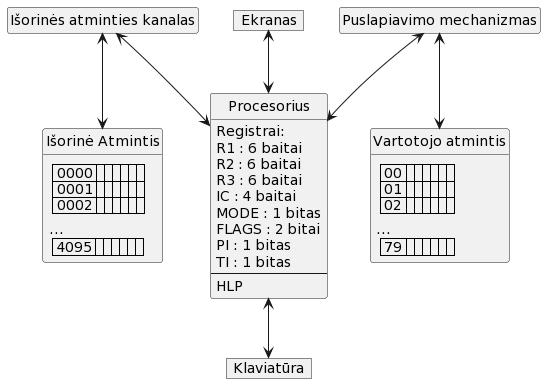
Earlier version of the PlantUML export aprasymas1/img/reali_masina.png (Mdominykas/OS). The source it was exported from:
```plantuml
@startuml
hide circle

object Klaviatūra
object Ekranas
class Procesorius
{
Registrai:
R1 : 6 baitai
R2 : 6 baitai
R3 : 6 baitai
IC : 4 baitai
MODE : 1 bitas
FLAGS : 2 bitai
PI : 1 bitas
TI : 1 bitas
--
HLP
}

class "Išorinė Atmintis"
{
| 0000 |  |  |  |  |  |  |
| 0001 |  |  |  |  |  |  |
| 0002 |  |  |  |  |  |  |
...
| 4095 |  |  |  |  |  |  |
}
class "Išorinės atminties kanalas"

class "Vartotojo atmintis"
{
| 00 |  |  |  |  |  |  |
| 01 |  |  |  |  |  |  |
| 02 |  |  |  |  |  |  |
...
| 79 |  |  |  |  |  |  |
}

class "Puslapiavimo mechanizmas"

hide Klaviatūra members
hide Ekranas members
hide "Išorinės atminties kanalas" members
hide "Puslapiavimo mechanizmas" members


Ekranas  <--> Procesorius
Procesorius <--> Klaviatūra
"Išorinės atminties kanalas" <--> "Išorinė Atmintis"
"Išorinės atminties kanalas" <--> Procesorius
"Puslapiavimo mechanizmas" <--> "Vartotojo atmintis"
"Puslapiavimo mechanizmas" <--> Procesorius
@enduml
```
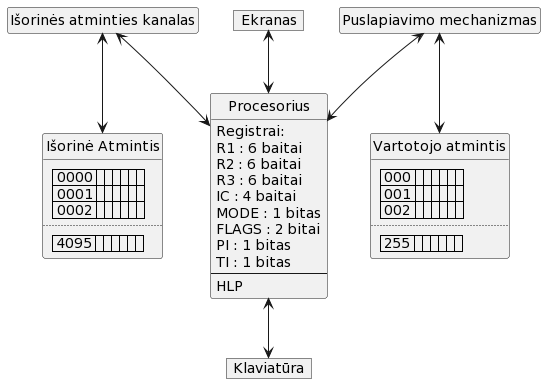
After the commit.

Change to the diagram source:
```diff
@@ -23,18 +23,18 @@
 | 0000 |  |  |  |  |  |  |
 | 0001 |  |  |  |  |  |  |
 | 0002 |  |  |  |  |  |  |
-...
+..
 | 4095 |  |  |  |  |  |  |
 }
 class "Išorinės atminties kanalas"
 
 class "Vartotojo atmintis"
 {
-| 00 |  |  |  |  |  |  |
-| 01 |  |  |  |  |  |  |
-| 02 |  |  |  |  |  |  |
-...
-| 79 |  |  |  |  |  |  |
+| 000 |  |  |  |  |  |  |
+| 001 |  |  |  |  |  |  |
+| 002 |  |  |  |  |  |  |
+..
+| 255 |  |  |  |  |  |  |
 }
 
 class "Puslapiavimo mechanizmas"
```
